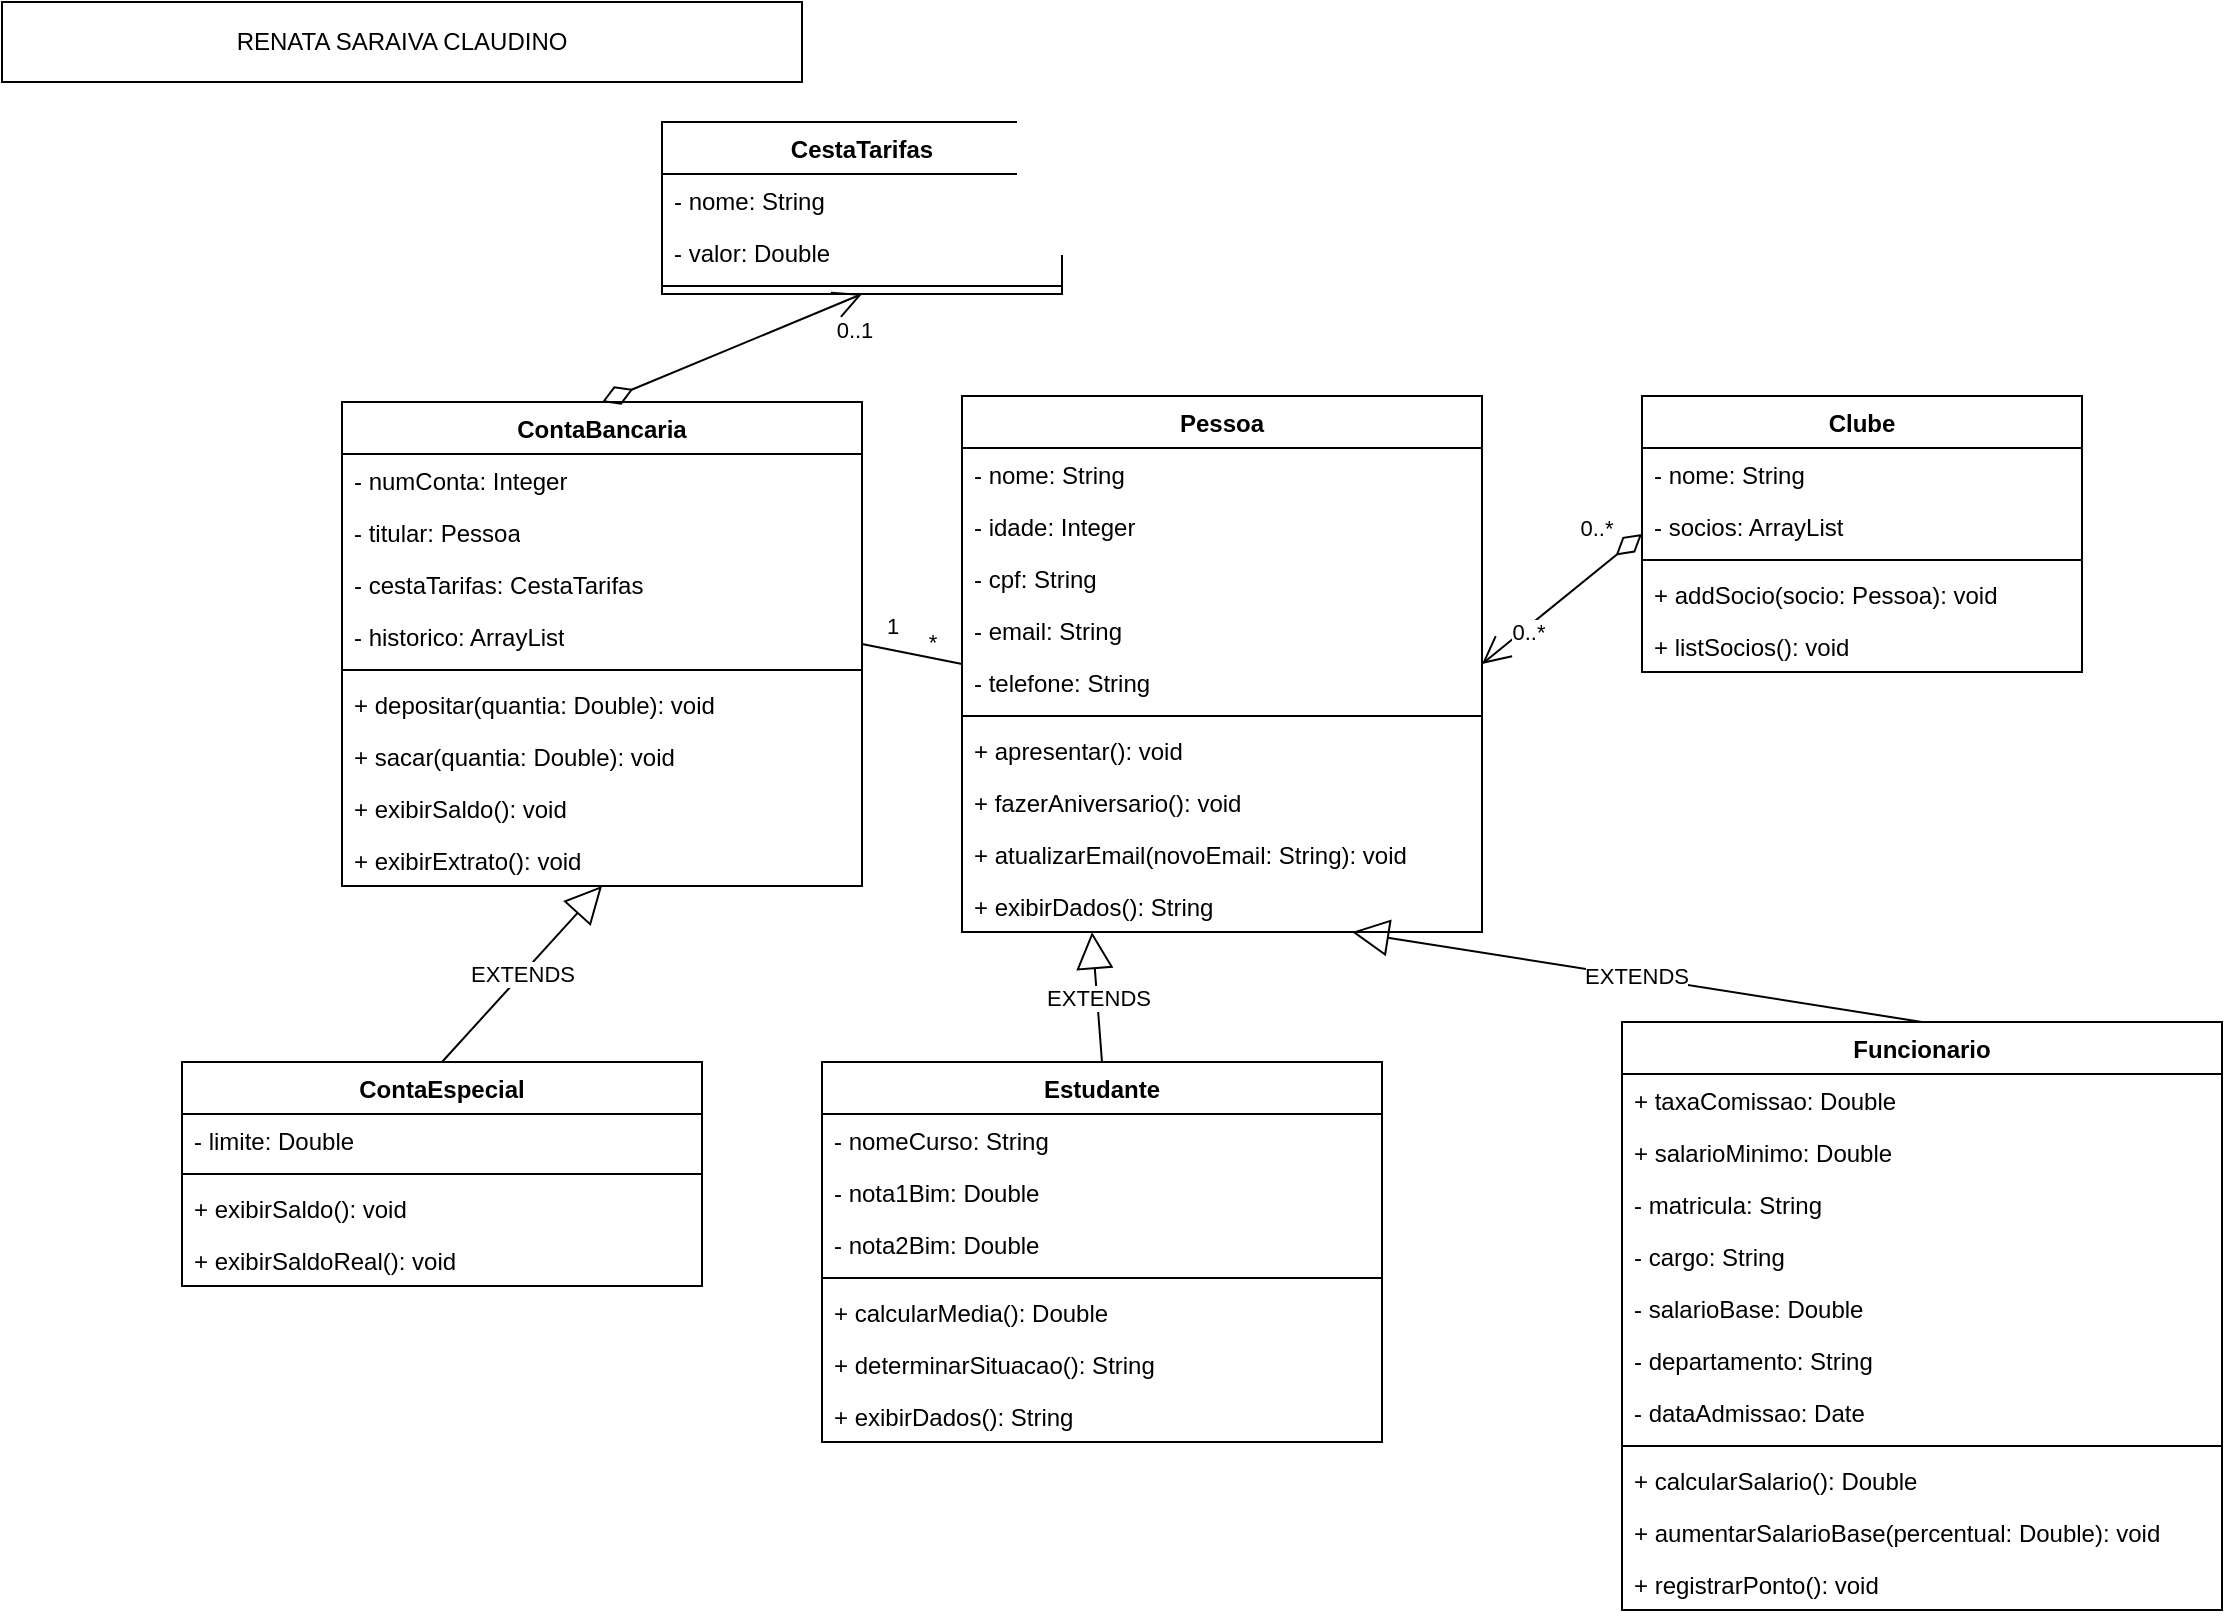
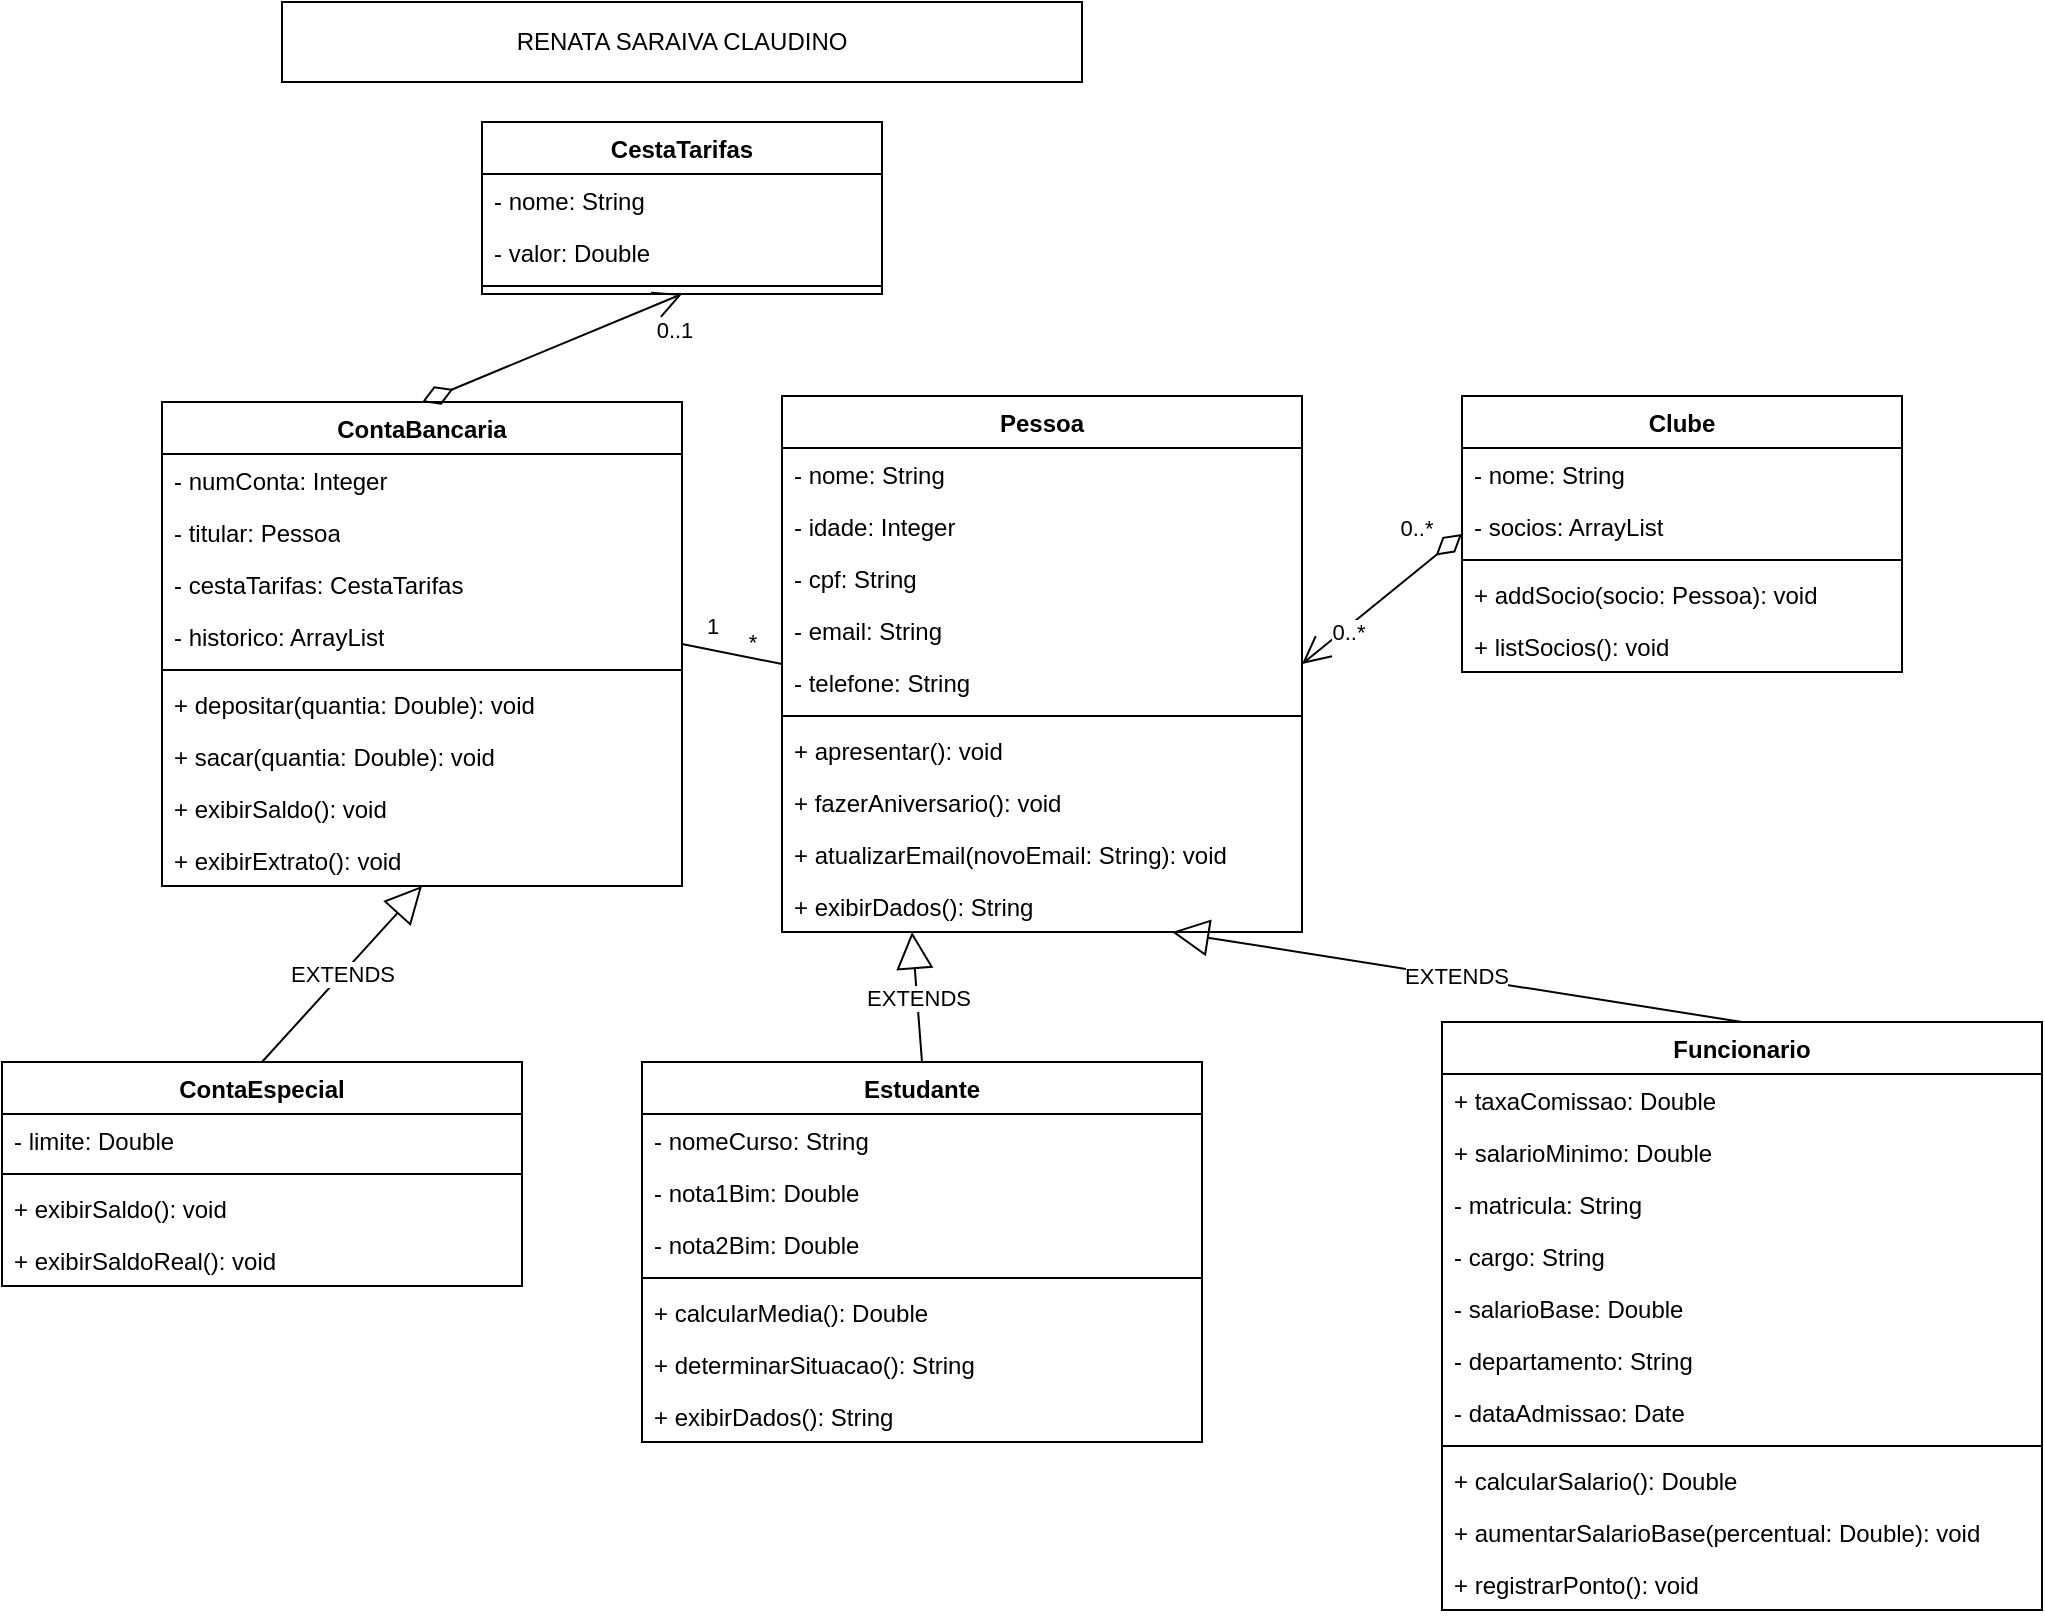
- <mxfile host="drawio-plugin" modified="2026-05-31T18:13:20.789Z" agent="Mozilla/5.0 (Windows NT 10.0; Win64; x64) AppleWebKit/537.36 (KHTML, like Gecko) Chrome/137.0.0.0 Safari/537.36" etag="A0S8lIMkLPc1Zf_JT2hZ" version="22.1.22" type="embed">
+ <mxfile host="drawio-plugin" modified="2026-05-31T18:43:09.794Z" agent="Mozilla/5.0 (Windows NT 10.0; Win64; x64) AppleWebKit/537.36 (KHTML, like Gecko) Chrome/137.0.0.0 Safari/537.36" etag="nELnJH0AcrbEroErfWwo" version="22.1.22" type="embed">
  <diagram id="23iRSUPoRavnBvh4doch" name="Page-1">
-     <mxGraphModel dx="845" dy="432" grid="1" gridSize="10" guides="1" tooltips="1" connect="1" arrows="1" fold="1" page="1" pageScale="1" pageWidth="827" pageHeight="1169" math="0" shadow="0">
+     <mxGraphModel dx="625" dy="251" grid="1" gridSize="10" guides="1" tooltips="1" connect="1" arrows="1" fold="1" page="1" pageScale="1" pageWidth="827" pageHeight="1169" math="0" shadow="0">
      <root>
        <mxCell id="0" />
        <mxCell id="1" parent="0" />
-         <mxCell id="20" value="CestaTarifas" style="swimlane;fontStyle=1;align=center;verticalAlign=top;childLayout=stackLayout;horizontal=1;startSize=26;horizontalStack=0;resizeParent=1;resizeParentMax=0;resizeLast=0;collapsible=1;marginBottom=0;whiteSpace=wrap;html=1;" vertex="1" parent="1">
+         <mxCell id="20" value="CestaTarifas" style="swimlane;fontStyle=1;align=center;verticalAlign=top;childLayout=stackLayout;horizontal=1;startSize=26;horizontalStack=0;resizeParent=1;resizeParentMax=0;resizeLast=0;collapsible=1;marginBottom=0;whiteSpace=wrap;html=1;" parent="1" vertex="1">
          <mxGeometry x="330" y="70" width="200" height="86" as="geometry" />
        </mxCell>
-         <mxCell id="21" value="- nome: String" style="text;strokeColor=none;fillColor=none;align=left;verticalAlign=top;spacingLeft=4;spacingRight=4;overflow=hidden;rotatable=0;points=[[0,0.5],[1,0.5]];portConstraint=eastwest;whiteSpace=wrap;html=1;" vertex="1" parent="20">
+         <mxCell id="21" value="- nome: String" style="text;strokeColor=none;fillColor=none;align=left;verticalAlign=top;spacingLeft=4;spacingRight=4;overflow=hidden;rotatable=0;points=[[0,0.5],[1,0.5]];portConstraint=eastwest;whiteSpace=wrap;html=1;" parent="20" vertex="1">
          <mxGeometry y="26" width="200" height="26" as="geometry" />
        </mxCell>
-         <mxCell id="22" value="- valor: Double" style="text;strokeColor=none;fillColor=none;align=left;verticalAlign=top;spacingLeft=4;spacingRight=4;overflow=hidden;rotatable=0;points=[[0,0.5],[1,0.5]];portConstraint=eastwest;whiteSpace=wrap;html=1;" vertex="1" parent="20">
+         <mxCell id="22" value="- valor: Double" style="text;strokeColor=none;fillColor=none;align=left;verticalAlign=top;spacingLeft=4;spacingRight=4;overflow=hidden;rotatable=0;points=[[0,0.5],[1,0.5]];portConstraint=eastwest;whiteSpace=wrap;html=1;" parent="20" vertex="1">
          <mxGeometry y="52" width="200" height="26" as="geometry" />
        </mxCell>
-         <mxCell id="23" value="" style="line;strokeWidth=1;fillColor=none;align=left;verticalAlign=middle;spacingTop=-1;spacingLeft=3;spacingRight=3;rotatable=0;labelPosition=right;points=[];portConstraint=eastwest;strokeColor=inherit;" vertex="1" parent="20">
+         <mxCell id="23" value="" style="line;strokeWidth=1;fillColor=none;align=left;verticalAlign=middle;spacingTop=-1;spacingLeft=3;spacingRight=3;rotatable=0;labelPosition=right;points=[];portConstraint=eastwest;strokeColor=inherit;" parent="20" vertex="1">
          <mxGeometry y="78" width="200" height="8" as="geometry" />
        </mxCell>
-         <mxCell id="24" value="ContaBancaria" style="swimlane;fontStyle=1;align=center;verticalAlign=top;childLayout=stackLayout;horizontal=1;startSize=26;horizontalStack=0;resizeParent=1;resizeParentMax=0;resizeLast=0;collapsible=1;marginBottom=0;whiteSpace=wrap;html=1;" vertex="1" parent="1">
+         <mxCell id="24" value="ContaBancaria" style="swimlane;fontStyle=1;align=center;verticalAlign=top;childLayout=stackLayout;horizontal=1;startSize=26;horizontalStack=0;resizeParent=1;resizeParentMax=0;resizeLast=0;collapsible=1;marginBottom=0;whiteSpace=wrap;html=1;" parent="1" vertex="1">
          <mxGeometry x="170" y="210" width="260" height="242" as="geometry" />
        </mxCell>
-         <mxCell id="25" value="- numConta: Integer" style="text;strokeColor=none;fillColor=none;align=left;verticalAlign=top;spacingLeft=4;spacingRight=4;overflow=hidden;rotatable=0;points=[[0,0.5],[1,0.5]];portConstraint=eastwest;whiteSpace=wrap;html=1;" vertex="1" parent="24">
+         <mxCell id="25" value="- numConta: Integer" style="text;strokeColor=none;fillColor=none;align=left;verticalAlign=top;spacingLeft=4;spacingRight=4;overflow=hidden;rotatable=0;points=[[0,0.5],[1,0.5]];portConstraint=eastwest;whiteSpace=wrap;html=1;" parent="24" vertex="1">
          <mxGeometry y="26" width="260" height="26" as="geometry" />
        </mxCell>
-         <mxCell id="26" value="- titular: Pessoa" style="text;strokeColor=none;fillColor=none;align=left;verticalAlign=top;spacingLeft=4;spacingRight=4;overflow=hidden;rotatable=0;points=[[0,0.5],[1,0.5]];portConstraint=eastwest;whiteSpace=wrap;html=1;" vertex="1" parent="24">
+         <mxCell id="26" value="- titular: Pessoa" style="text;strokeColor=none;fillColor=none;align=left;verticalAlign=top;spacingLeft=4;spacingRight=4;overflow=hidden;rotatable=0;points=[[0,0.5],[1,0.5]];portConstraint=eastwest;whiteSpace=wrap;html=1;" parent="24" vertex="1">
          <mxGeometry y="52" width="260" height="26" as="geometry" />
        </mxCell>
-         <mxCell id="27" value="- cestaTarifas: CestaTarifas" style="text;strokeColor=none;fillColor=none;align=left;verticalAlign=top;spacingLeft=4;spacingRight=4;overflow=hidden;rotatable=0;points=[[0,0.5],[1,0.5]];portConstraint=eastwest;whiteSpace=wrap;html=1;" vertex="1" parent="24">
+         <mxCell id="27" value="- cestaTarifas: CestaTarifas" style="text;strokeColor=none;fillColor=none;align=left;verticalAlign=top;spacingLeft=4;spacingRight=4;overflow=hidden;rotatable=0;points=[[0,0.5],[1,0.5]];portConstraint=eastwest;whiteSpace=wrap;html=1;" parent="24" vertex="1">
          <mxGeometry y="78" width="260" height="26" as="geometry" />
        </mxCell>
-         <mxCell id="28" value="- historico: ArrayList&lt;Movimentacao&gt;" style="text;strokeColor=none;fillColor=none;align=left;verticalAlign=top;spacingLeft=4;spacingRight=4;overflow=hidden;rotatable=0;points=[[0,0.5],[1,0.5]];portConstraint=eastwest;whiteSpace=wrap;html=1;" vertex="1" parent="24">
+         <mxCell id="28" value="- historico: ArrayList&lt;Movimentacao&gt;" style="text;strokeColor=none;fillColor=none;align=left;verticalAlign=top;spacingLeft=4;spacingRight=4;overflow=hidden;rotatable=0;points=[[0,0.5],[1,0.5]];portConstraint=eastwest;whiteSpace=wrap;html=1;" parent="24" vertex="1">
          <mxGeometry y="104" width="260" height="26" as="geometry" />
        </mxCell>
-         <mxCell id="29" value="" style="line;strokeWidth=1;fillColor=none;align=left;verticalAlign=middle;spacingTop=-1;spacingLeft=3;spacingRight=3;rotatable=0;labelPosition=right;points=[];portConstraint=eastwest;strokeColor=inherit;" vertex="1" parent="24">
+         <mxCell id="29" value="" style="line;strokeWidth=1;fillColor=none;align=left;verticalAlign=middle;spacingTop=-1;spacingLeft=3;spacingRight=3;rotatable=0;labelPosition=right;points=[];portConstraint=eastwest;strokeColor=inherit;" parent="24" vertex="1">
          <mxGeometry y="130" width="260" height="8" as="geometry" />
        </mxCell>
-         <mxCell id="30" value="+ depositar(quantia: Double): void" style="text;strokeColor=none;fillColor=none;align=left;verticalAlign=top;spacingLeft=4;spacingRight=4;overflow=hidden;rotatable=0;points=[[0,0.5],[1,0.5]];portConstraint=eastwest;whiteSpace=wrap;html=1;" vertex="1" parent="24">
+         <mxCell id="30" value="+ depositar(quantia: Double): void" style="text;strokeColor=none;fillColor=none;align=left;verticalAlign=top;spacingLeft=4;spacingRight=4;overflow=hidden;rotatable=0;points=[[0,0.5],[1,0.5]];portConstraint=eastwest;whiteSpace=wrap;html=1;" parent="24" vertex="1">
          <mxGeometry y="138" width="260" height="26" as="geometry" />
        </mxCell>
-         <mxCell id="31" value="+ sacar(quantia: Double): void" style="text;strokeColor=none;fillColor=none;align=left;verticalAlign=top;spacingLeft=4;spacingRight=4;overflow=hidden;rotatable=0;points=[[0,0.5],[1,0.5]];portConstraint=eastwest;whiteSpace=wrap;html=1;" vertex="1" parent="24">
+         <mxCell id="31" value="+ sacar(quantia: Double): void" style="text;strokeColor=none;fillColor=none;align=left;verticalAlign=top;spacingLeft=4;spacingRight=4;overflow=hidden;rotatable=0;points=[[0,0.5],[1,0.5]];portConstraint=eastwest;whiteSpace=wrap;html=1;" parent="24" vertex="1">
          <mxGeometry y="164" width="260" height="26" as="geometry" />
        </mxCell>
-         <mxCell id="32" value="+ exibirSaldo(): void" style="text;strokeColor=none;fillColor=none;align=left;verticalAlign=top;spacingLeft=4;spacingRight=4;overflow=hidden;rotatable=0;points=[[0,0.5],[1,0.5]];portConstraint=eastwest;whiteSpace=wrap;html=1;" vertex="1" parent="24">
+         <mxCell id="32" value="+ exibirSaldo(): void" style="text;strokeColor=none;fillColor=none;align=left;verticalAlign=top;spacingLeft=4;spacingRight=4;overflow=hidden;rotatable=0;points=[[0,0.5],[1,0.5]];portConstraint=eastwest;whiteSpace=wrap;html=1;" parent="24" vertex="1">
          <mxGeometry y="190" width="260" height="26" as="geometry" />
        </mxCell>
-         <mxCell id="33" value="+ exibirExtrato(): void" style="text;strokeColor=none;fillColor=none;align=left;verticalAlign=top;spacingLeft=4;spacingRight=4;overflow=hidden;rotatable=0;points=[[0,0.5],[1,0.5]];portConstraint=eastwest;whiteSpace=wrap;html=1;" vertex="1" parent="24">
+         <mxCell id="33" value="+ exibirExtrato(): void" style="text;strokeColor=none;fillColor=none;align=left;verticalAlign=top;spacingLeft=4;spacingRight=4;overflow=hidden;rotatable=0;points=[[0,0.5],[1,0.5]];portConstraint=eastwest;whiteSpace=wrap;html=1;" parent="24" vertex="1">
          <mxGeometry y="216" width="260" height="26" as="geometry" />
        </mxCell>
-         <mxCell id="34" value="ContaEspecial" style="swimlane;fontStyle=1;align=center;verticalAlign=top;childLayout=stackLayout;horizontal=1;startSize=26;horizontalStack=0;resizeParent=1;resizeParentMax=0;resizeLast=0;collapsible=1;marginBottom=0;whiteSpace=wrap;html=1;" vertex="1" parent="1">
+         <mxCell id="34" value="ContaEspecial" style="swimlane;fontStyle=1;align=center;verticalAlign=top;childLayout=stackLayout;horizontal=1;startSize=26;horizontalStack=0;resizeParent=1;resizeParentMax=0;resizeLast=0;collapsible=1;marginBottom=0;whiteSpace=wrap;html=1;" parent="1" vertex="1">
          <mxGeometry x="90" y="540" width="260" height="112" as="geometry" />
        </mxCell>
-         <mxCell id="35" value="- limite: Double" style="text;strokeColor=none;fillColor=none;align=left;verticalAlign=top;spacingLeft=4;spacingRight=4;overflow=hidden;rotatable=0;points=[[0,0.5],[1,0.5]];portConstraint=eastwest;whiteSpace=wrap;html=1;" vertex="1" parent="34">
+         <mxCell id="35" value="- limite: Double" style="text;strokeColor=none;fillColor=none;align=left;verticalAlign=top;spacingLeft=4;spacingRight=4;overflow=hidden;rotatable=0;points=[[0,0.5],[1,0.5]];portConstraint=eastwest;whiteSpace=wrap;html=1;" parent="34" vertex="1">
          <mxGeometry y="26" width="260" height="26" as="geometry" />
        </mxCell>
-         <mxCell id="36" value="" style="line;strokeWidth=1;fillColor=none;align=left;verticalAlign=middle;spacingTop=-1;spacingLeft=3;spacingRight=3;rotatable=0;labelPosition=right;points=[];portConstraint=eastwest;strokeColor=inherit;" vertex="1" parent="34">
+         <mxCell id="36" value="" style="line;strokeWidth=1;fillColor=none;align=left;verticalAlign=middle;spacingTop=-1;spacingLeft=3;spacingRight=3;rotatable=0;labelPosition=right;points=[];portConstraint=eastwest;strokeColor=inherit;" parent="34" vertex="1">
          <mxGeometry y="52" width="260" height="8" as="geometry" />
        </mxCell>
-         <mxCell id="37" value="+ exibirSaldo(): void" style="text;strokeColor=none;fillColor=none;align=left;verticalAlign=top;spacingLeft=4;spacingRight=4;overflow=hidden;rotatable=0;points=[[0,0.5],[1,0.5]];portConstraint=eastwest;whiteSpace=wrap;html=1;" vertex="1" parent="34">
+         <mxCell id="37" value="+ exibirSaldo(): void" style="text;strokeColor=none;fillColor=none;align=left;verticalAlign=top;spacingLeft=4;spacingRight=4;overflow=hidden;rotatable=0;points=[[0,0.5],[1,0.5]];portConstraint=eastwest;whiteSpace=wrap;html=1;" parent="34" vertex="1">
          <mxGeometry y="60" width="260" height="26" as="geometry" />
        </mxCell>
-         <mxCell id="38" value="+ exibirSaldoReal(): void" style="text;strokeColor=none;fillColor=none;align=left;verticalAlign=top;spacingLeft=4;spacingRight=4;overflow=hidden;rotatable=0;points=[[0,0.5],[1,0.5]];portConstraint=eastwest;whiteSpace=wrap;html=1;" vertex="1" parent="34">
+         <mxCell id="38" value="+ exibirSaldoReal(): void" style="text;strokeColor=none;fillColor=none;align=left;verticalAlign=top;spacingLeft=4;spacingRight=4;overflow=hidden;rotatable=0;points=[[0,0.5],[1,0.5]];portConstraint=eastwest;whiteSpace=wrap;html=1;" parent="34" vertex="1">
          <mxGeometry y="86" width="260" height="26" as="geometry" />
        </mxCell>
-         <mxCell id="39" value="Pessoa" style="swimlane;fontStyle=1;align=center;verticalAlign=top;childLayout=stackLayout;horizontal=1;startSize=26;horizontalStack=0;resizeParent=1;resizeParentMax=0;resizeLast=0;collapsible=1;marginBottom=0;whiteSpace=wrap;html=1;" vertex="1" parent="1">
+         <mxCell id="39" value="Pessoa" style="swimlane;fontStyle=1;align=center;verticalAlign=top;childLayout=stackLayout;horizontal=1;startSize=26;horizontalStack=0;resizeParent=1;resizeParentMax=0;resizeLast=0;collapsible=1;marginBottom=0;whiteSpace=wrap;html=1;" parent="1" vertex="1">
          <mxGeometry x="480" y="207" width="260" height="268" as="geometry" />
        </mxCell>
-         <mxCell id="40" value="- nome: String" style="text;strokeColor=none;fillColor=none;align=left;verticalAlign=top;spacingLeft=4;spacingRight=4;overflow=hidden;rotatable=0;points=[[0,0.5],[1,0.5]];portConstraint=eastwest;whiteSpace=wrap;html=1;" vertex="1" parent="39">
+         <mxCell id="40" value="- nome: String" style="text;strokeColor=none;fillColor=none;align=left;verticalAlign=top;spacingLeft=4;spacingRight=4;overflow=hidden;rotatable=0;points=[[0,0.5],[1,0.5]];portConstraint=eastwest;whiteSpace=wrap;html=1;" parent="39" vertex="1">
          <mxGeometry y="26" width="260" height="26" as="geometry" />
        </mxCell>
-         <mxCell id="41" value="- idade: Integer" style="text;strokeColor=none;fillColor=none;align=left;verticalAlign=top;spacingLeft=4;spacingRight=4;overflow=hidden;rotatable=0;points=[[0,0.5],[1,0.5]];portConstraint=eastwest;whiteSpace=wrap;html=1;" vertex="1" parent="39">
+         <mxCell id="41" value="- idade: Integer" style="text;strokeColor=none;fillColor=none;align=left;verticalAlign=top;spacingLeft=4;spacingRight=4;overflow=hidden;rotatable=0;points=[[0,0.5],[1,0.5]];portConstraint=eastwest;whiteSpace=wrap;html=1;" parent="39" vertex="1">
          <mxGeometry y="52" width="260" height="26" as="geometry" />
        </mxCell>
-         <mxCell id="42" value="- cpf: String" style="text;strokeColor=none;fillColor=none;align=left;verticalAlign=top;spacingLeft=4;spacingRight=4;overflow=hidden;rotatable=0;points=[[0,0.5],[1,0.5]];portConstraint=eastwest;whiteSpace=wrap;html=1;" vertex="1" parent="39">
+         <mxCell id="42" value="- cpf: String" style="text;strokeColor=none;fillColor=none;align=left;verticalAlign=top;spacingLeft=4;spacingRight=4;overflow=hidden;rotatable=0;points=[[0,0.5],[1,0.5]];portConstraint=eastwest;whiteSpace=wrap;html=1;" parent="39" vertex="1">
          <mxGeometry y="78" width="260" height="26" as="geometry" />
        </mxCell>
-         <mxCell id="43" value="- email: String" style="text;strokeColor=none;fillColor=none;align=left;verticalAlign=top;spacingLeft=4;spacingRight=4;overflow=hidden;rotatable=0;points=[[0,0.5],[1,0.5]];portConstraint=eastwest;whiteSpace=wrap;html=1;" vertex="1" parent="39">
+         <mxCell id="43" value="- email: String" style="text;strokeColor=none;fillColor=none;align=left;verticalAlign=top;spacingLeft=4;spacingRight=4;overflow=hidden;rotatable=0;points=[[0,0.5],[1,0.5]];portConstraint=eastwest;whiteSpace=wrap;html=1;" parent="39" vertex="1">
          <mxGeometry y="104" width="260" height="26" as="geometry" />
        </mxCell>
-         <mxCell id="44" value="- telefone: String" style="text;strokeColor=none;fillColor=none;align=left;verticalAlign=top;spacingLeft=4;spacingRight=4;overflow=hidden;rotatable=0;points=[[0,0.5],[1,0.5]];portConstraint=eastwest;whiteSpace=wrap;html=1;" vertex="1" parent="39">
+         <mxCell id="44" value="- telefone: String" style="text;strokeColor=none;fillColor=none;align=left;verticalAlign=top;spacingLeft=4;spacingRight=4;overflow=hidden;rotatable=0;points=[[0,0.5],[1,0.5]];portConstraint=eastwest;whiteSpace=wrap;html=1;" parent="39" vertex="1">
          <mxGeometry y="130" width="260" height="26" as="geometry" />
        </mxCell>
-         <mxCell id="45" value="" style="line;strokeWidth=1;fillColor=none;align=left;verticalAlign=middle;spacingTop=-1;spacingLeft=3;spacingRight=3;rotatable=0;labelPosition=right;points=[];portConstraint=eastwest;strokeColor=inherit;" vertex="1" parent="39">
+         <mxCell id="45" value="" style="line;strokeWidth=1;fillColor=none;align=left;verticalAlign=middle;spacingTop=-1;spacingLeft=3;spacingRight=3;rotatable=0;labelPosition=right;points=[];portConstraint=eastwest;strokeColor=inherit;" parent="39" vertex="1">
          <mxGeometry y="156" width="260" height="8" as="geometry" />
        </mxCell>
-         <mxCell id="46" value="+ apresentar(): void" style="text;strokeColor=none;fillColor=none;align=left;verticalAlign=top;spacingLeft=4;spacingRight=4;overflow=hidden;rotatable=0;points=[[0,0.5],[1,0.5]];portConstraint=eastwest;whiteSpace=wrap;html=1;" vertex="1" parent="39">
+         <mxCell id="46" value="+ apresentar(): void" style="text;strokeColor=none;fillColor=none;align=left;verticalAlign=top;spacingLeft=4;spacingRight=4;overflow=hidden;rotatable=0;points=[[0,0.5],[1,0.5]];portConstraint=eastwest;whiteSpace=wrap;html=1;" parent="39" vertex="1">
          <mxGeometry y="164" width="260" height="26" as="geometry" />
        </mxCell>
-         <mxCell id="47" value="+ fazerAniversario(): void" style="text;strokeColor=none;fillColor=none;align=left;verticalAlign=top;spacingLeft=4;spacingRight=4;overflow=hidden;rotatable=0;points=[[0,0.5],[1,0.5]];portConstraint=eastwest;whiteSpace=wrap;html=1;" vertex="1" parent="39">
+         <mxCell id="47" value="+ fazerAniversario(): void" style="text;strokeColor=none;fillColor=none;align=left;verticalAlign=top;spacingLeft=4;spacingRight=4;overflow=hidden;rotatable=0;points=[[0,0.5],[1,0.5]];portConstraint=eastwest;whiteSpace=wrap;html=1;" parent="39" vertex="1">
          <mxGeometry y="190" width="260" height="26" as="geometry" />
        </mxCell>
-         <mxCell id="48" value="+ atualizarEmail(novoEmail: String): void" style="text;strokeColor=none;fillColor=none;align=left;verticalAlign=top;spacingLeft=4;spacingRight=4;overflow=hidden;rotatable=0;points=[[0,0.5],[1,0.5]];portConstraint=eastwest;whiteSpace=wrap;html=1;" vertex="1" parent="39">
+         <mxCell id="48" value="+ atualizarEmail(novoEmail: String): void" style="text;strokeColor=none;fillColor=none;align=left;verticalAlign=top;spacingLeft=4;spacingRight=4;overflow=hidden;rotatable=0;points=[[0,0.5],[1,0.5]];portConstraint=eastwest;whiteSpace=wrap;html=1;" parent="39" vertex="1">
          <mxGeometry y="216" width="260" height="26" as="geometry" />
        </mxCell>
-         <mxCell id="49" value="+ exibirDados(): String" style="text;strokeColor=none;fillColor=none;align=left;verticalAlign=top;spacingLeft=4;spacingRight=4;overflow=hidden;rotatable=0;points=[[0,0.5],[1,0.5]];portConstraint=eastwest;whiteSpace=wrap;html=1;" vertex="1" parent="39">
+         <mxCell id="49" value="+ exibirDados(): String" style="text;strokeColor=none;fillColor=none;align=left;verticalAlign=top;spacingLeft=4;spacingRight=4;overflow=hidden;rotatable=0;points=[[0,0.5],[1,0.5]];portConstraint=eastwest;whiteSpace=wrap;html=1;" parent="39" vertex="1">
          <mxGeometry y="242" width="260" height="26" as="geometry" />
        </mxCell>
-         <mxCell id="50" value="Funcionario" style="swimlane;fontStyle=1;align=center;verticalAlign=top;childLayout=stackLayout;horizontal=1;startSize=26;horizontalStack=0;resizeParent=1;resizeParentMax=0;resizeLast=0;collapsible=1;marginBottom=0;whiteSpace=wrap;html=1;" vertex="1" parent="1">
+         <mxCell id="50" value="Funcionario" style="swimlane;fontStyle=1;align=center;verticalAlign=top;childLayout=stackLayout;horizontal=1;startSize=26;horizontalStack=0;resizeParent=1;resizeParentMax=0;resizeLast=0;collapsible=1;marginBottom=0;whiteSpace=wrap;html=1;" parent="1" vertex="1">
          <mxGeometry x="810" y="520" width="300" height="294" as="geometry" />
        </mxCell>
-         <mxCell id="51" value="+ taxaComissao: Double" style="text;strokeColor=none;fillColor=none;align=left;verticalAlign=top;spacingLeft=4;spacingRight=4;overflow=hidden;rotatable=0;points=[[0,0.5],[1,0.5]];portConstraint=eastwest;whiteSpace=wrap;html=1;" vertex="1" parent="50">
+         <mxCell id="51" value="+ taxaComissao: Double" style="text;strokeColor=none;fillColor=none;align=left;verticalAlign=top;spacingLeft=4;spacingRight=4;overflow=hidden;rotatable=0;points=[[0,0.5],[1,0.5]];portConstraint=eastwest;whiteSpace=wrap;html=1;" parent="50" vertex="1">
          <mxGeometry y="26" width="300" height="26" as="geometry" />
        </mxCell>
-         <mxCell id="52" value="+ salarioMinimo: Double" style="text;strokeColor=none;fillColor=none;align=left;verticalAlign=top;spacingLeft=4;spacingRight=4;overflow=hidden;rotatable=0;points=[[0,0.5],[1,0.5]];portConstraint=eastwest;whiteSpace=wrap;html=1;" vertex="1" parent="50">
+         <mxCell id="52" value="+ salarioMinimo: Double" style="text;strokeColor=none;fillColor=none;align=left;verticalAlign=top;spacingLeft=4;spacingRight=4;overflow=hidden;rotatable=0;points=[[0,0.5],[1,0.5]];portConstraint=eastwest;whiteSpace=wrap;html=1;" parent="50" vertex="1">
          <mxGeometry y="52" width="300" height="26" as="geometry" />
        </mxCell>
-         <mxCell id="53" value="- matricula: String" style="text;strokeColor=none;fillColor=none;align=left;verticalAlign=top;spacingLeft=4;spacingRight=4;overflow=hidden;rotatable=0;points=[[0,0.5],[1,0.5]];portConstraint=eastwest;whiteSpace=wrap;html=1;" vertex="1" parent="50">
+         <mxCell id="53" value="- matricula: String" style="text;strokeColor=none;fillColor=none;align=left;verticalAlign=top;spacingLeft=4;spacingRight=4;overflow=hidden;rotatable=0;points=[[0,0.5],[1,0.5]];portConstraint=eastwest;whiteSpace=wrap;html=1;" parent="50" vertex="1">
          <mxGeometry y="78" width="300" height="26" as="geometry" />
        </mxCell>
-         <mxCell id="54" value="- cargo: String" style="text;strokeColor=none;fillColor=none;align=left;verticalAlign=top;spacingLeft=4;spacingRight=4;overflow=hidden;rotatable=0;points=[[0,0.5],[1,0.5]];portConstraint=eastwest;whiteSpace=wrap;html=1;" vertex="1" parent="50">
+         <mxCell id="54" value="- cargo: String" style="text;strokeColor=none;fillColor=none;align=left;verticalAlign=top;spacingLeft=4;spacingRight=4;overflow=hidden;rotatable=0;points=[[0,0.5],[1,0.5]];portConstraint=eastwest;whiteSpace=wrap;html=1;" parent="50" vertex="1">
          <mxGeometry y="104" width="300" height="26" as="geometry" />
        </mxCell>
-         <mxCell id="55" value="- salarioBase: Double" style="text;strokeColor=none;fillColor=none;align=left;verticalAlign=top;spacingLeft=4;spacingRight=4;overflow=hidden;rotatable=0;points=[[0,0.5],[1,0.5]];portConstraint=eastwest;whiteSpace=wrap;html=1;" vertex="1" parent="50">
+         <mxCell id="55" value="- salarioBase: Double" style="text;strokeColor=none;fillColor=none;align=left;verticalAlign=top;spacingLeft=4;spacingRight=4;overflow=hidden;rotatable=0;points=[[0,0.5],[1,0.5]];portConstraint=eastwest;whiteSpace=wrap;html=1;" parent="50" vertex="1">
          <mxGeometry y="130" width="300" height="26" as="geometry" />
        </mxCell>
-         <mxCell id="56" value="- departamento: String" style="text;strokeColor=none;fillColor=none;align=left;verticalAlign=top;spacingLeft=4;spacingRight=4;overflow=hidden;rotatable=0;points=[[0,0.5],[1,0.5]];portConstraint=eastwest;whiteSpace=wrap;html=1;" vertex="1" parent="50">
+         <mxCell id="56" value="- departamento: String" style="text;strokeColor=none;fillColor=none;align=left;verticalAlign=top;spacingLeft=4;spacingRight=4;overflow=hidden;rotatable=0;points=[[0,0.5],[1,0.5]];portConstraint=eastwest;whiteSpace=wrap;html=1;" parent="50" vertex="1">
          <mxGeometry y="156" width="300" height="26" as="geometry" />
        </mxCell>
-         <mxCell id="57" value="- dataAdmissao: Date" style="text;strokeColor=none;fillColor=none;align=left;verticalAlign=top;spacingLeft=4;spacingRight=4;overflow=hidden;rotatable=0;points=[[0,0.5],[1,0.5]];portConstraint=eastwest;whiteSpace=wrap;html=1;" vertex="1" parent="50">
+         <mxCell id="57" value="- dataAdmissao: Date" style="text;strokeColor=none;fillColor=none;align=left;verticalAlign=top;spacingLeft=4;spacingRight=4;overflow=hidden;rotatable=0;points=[[0,0.5],[1,0.5]];portConstraint=eastwest;whiteSpace=wrap;html=1;" parent="50" vertex="1">
          <mxGeometry y="182" width="300" height="26" as="geometry" />
        </mxCell>
-         <mxCell id="58" value="" style="line;strokeWidth=1;fillColor=none;align=left;verticalAlign=middle;spacingTop=-1;spacingLeft=3;spacingRight=3;rotatable=0;labelPosition=right;points=[];portConstraint=eastwest;strokeColor=inherit;" vertex="1" parent="50">
+         <mxCell id="58" value="" style="line;strokeWidth=1;fillColor=none;align=left;verticalAlign=middle;spacingTop=-1;spacingLeft=3;spacingRight=3;rotatable=0;labelPosition=right;points=[];portConstraint=eastwest;strokeColor=inherit;" parent="50" vertex="1">
          <mxGeometry y="208" width="300" height="8" as="geometry" />
        </mxCell>
-         <mxCell id="59" value="+ calcularSalario(): Double" style="text;strokeColor=none;fillColor=none;align=left;verticalAlign=top;spacingLeft=4;spacingRight=4;overflow=hidden;rotatable=0;points=[[0,0.5],[1,0.5]];portConstraint=eastwest;whiteSpace=wrap;html=1;" vertex="1" parent="50">
+         <mxCell id="59" value="+ calcularSalario(): Double" style="text;strokeColor=none;fillColor=none;align=left;verticalAlign=top;spacingLeft=4;spacingRight=4;overflow=hidden;rotatable=0;points=[[0,0.5],[1,0.5]];portConstraint=eastwest;whiteSpace=wrap;html=1;" parent="50" vertex="1">
          <mxGeometry y="216" width="300" height="26" as="geometry" />
        </mxCell>
-         <mxCell id="60" value="+ aumentarSalarioBase(percentual: Double): void" style="text;strokeColor=none;fillColor=none;align=left;verticalAlign=top;spacingLeft=4;spacingRight=4;overflow=hidden;rotatable=0;points=[[0,0.5],[1,0.5]];portConstraint=eastwest;whiteSpace=wrap;html=1;" vertex="1" parent="50">
+         <mxCell id="60" value="+ aumentarSalarioBase(percentual: Double): void" style="text;strokeColor=none;fillColor=none;align=left;verticalAlign=top;spacingLeft=4;spacingRight=4;overflow=hidden;rotatable=0;points=[[0,0.5],[1,0.5]];portConstraint=eastwest;whiteSpace=wrap;html=1;" parent="50" vertex="1">
          <mxGeometry y="242" width="300" height="26" as="geometry" />
        </mxCell>
-         <mxCell id="61" value="+ registrarPonto(): void" style="text;strokeColor=none;fillColor=none;align=left;verticalAlign=top;spacingLeft=4;spacingRight=4;overflow=hidden;rotatable=0;points=[[0,0.5],[1,0.5]];portConstraint=eastwest;whiteSpace=wrap;html=1;" vertex="1" parent="50">
+         <mxCell id="61" value="+ registrarPonto(): void" style="text;strokeColor=none;fillColor=none;align=left;verticalAlign=top;spacingLeft=4;spacingRight=4;overflow=hidden;rotatable=0;points=[[0,0.5],[1,0.5]];portConstraint=eastwest;whiteSpace=wrap;html=1;" parent="50" vertex="1">
          <mxGeometry y="268" width="300" height="26" as="geometry" />
        </mxCell>
-         <mxCell id="62" value="Estudante" style="swimlane;fontStyle=1;align=center;verticalAlign=top;childLayout=stackLayout;horizontal=1;startSize=26;horizontalStack=0;resizeParent=1;resizeParentMax=0;resizeLast=0;collapsible=1;marginBottom=0;whiteSpace=wrap;html=1;" vertex="1" parent="1">
+         <mxCell id="62" value="Estudante" style="swimlane;fontStyle=1;align=center;verticalAlign=top;childLayout=stackLayout;horizontal=1;startSize=26;horizontalStack=0;resizeParent=1;resizeParentMax=0;resizeLast=0;collapsible=1;marginBottom=0;whiteSpace=wrap;html=1;" parent="1" vertex="1">
          <mxGeometry x="410" y="540" width="280" height="190" as="geometry" />
        </mxCell>
-         <mxCell id="63" value="- nomeCurso: String" style="text;strokeColor=none;fillColor=none;align=left;verticalAlign=top;spacingLeft=4;spacingRight=4;overflow=hidden;rotatable=0;points=[[0,0.5],[1,0.5]];portConstraint=eastwest;whiteSpace=wrap;html=1;" vertex="1" parent="62">
+         <mxCell id="63" value="- nomeCurso: String" style="text;strokeColor=none;fillColor=none;align=left;verticalAlign=top;spacingLeft=4;spacingRight=4;overflow=hidden;rotatable=0;points=[[0,0.5],[1,0.5]];portConstraint=eastwest;whiteSpace=wrap;html=1;" parent="62" vertex="1">
          <mxGeometry y="26" width="280" height="26" as="geometry" />
        </mxCell>
-         <mxCell id="64" value="- nota1Bim: Double" style="text;strokeColor=none;fillColor=none;align=left;verticalAlign=top;spacingLeft=4;spacingRight=4;overflow=hidden;rotatable=0;points=[[0,0.5],[1,0.5]];portConstraint=eastwest;whiteSpace=wrap;html=1;" vertex="1" parent="62">
+         <mxCell id="64" value="- nota1Bim: Double" style="text;strokeColor=none;fillColor=none;align=left;verticalAlign=top;spacingLeft=4;spacingRight=4;overflow=hidden;rotatable=0;points=[[0,0.5],[1,0.5]];portConstraint=eastwest;whiteSpace=wrap;html=1;" parent="62" vertex="1">
          <mxGeometry y="52" width="280" height="26" as="geometry" />
        </mxCell>
-         <mxCell id="65" value="- nota2Bim: Double" style="text;strokeColor=none;fillColor=none;align=left;verticalAlign=top;spacingLeft=4;spacingRight=4;overflow=hidden;rotatable=0;points=[[0,0.5],[1,0.5]];portConstraint=eastwest;whiteSpace=wrap;html=1;" vertex="1" parent="62">
+         <mxCell id="65" value="- nota2Bim: Double" style="text;strokeColor=none;fillColor=none;align=left;verticalAlign=top;spacingLeft=4;spacingRight=4;overflow=hidden;rotatable=0;points=[[0,0.5],[1,0.5]];portConstraint=eastwest;whiteSpace=wrap;html=1;" parent="62" vertex="1">
          <mxGeometry y="78" width="280" height="26" as="geometry" />
        </mxCell>
-         <mxCell id="66" value="" style="line;strokeWidth=1;fillColor=none;align=left;verticalAlign=middle;spacingTop=-1;spacingLeft=3;spacingRight=3;rotatable=0;labelPosition=right;points=[];portConstraint=eastwest;strokeColor=inherit;" vertex="1" parent="62">
+         <mxCell id="66" value="" style="line;strokeWidth=1;fillColor=none;align=left;verticalAlign=middle;spacingTop=-1;spacingLeft=3;spacingRight=3;rotatable=0;labelPosition=right;points=[];portConstraint=eastwest;strokeColor=inherit;" parent="62" vertex="1">
          <mxGeometry y="104" width="280" height="8" as="geometry" />
        </mxCell>
-         <mxCell id="67" value="+ calcularMedia(): Double" style="text;strokeColor=none;fillColor=none;align=left;verticalAlign=top;spacingLeft=4;spacingRight=4;overflow=hidden;rotatable=0;points=[[0,0.5],[1,0.5]];portConstraint=eastwest;whiteSpace=wrap;html=1;" vertex="1" parent="62">
+         <mxCell id="67" value="+ calcularMedia(): Double" style="text;strokeColor=none;fillColor=none;align=left;verticalAlign=top;spacingLeft=4;spacingRight=4;overflow=hidden;rotatable=0;points=[[0,0.5],[1,0.5]];portConstraint=eastwest;whiteSpace=wrap;html=1;" parent="62" vertex="1">
          <mxGeometry y="112" width="280" height="26" as="geometry" />
        </mxCell>
-         <mxCell id="68" value="+ determinarSituacao(): String" style="text;strokeColor=none;fillColor=none;align=left;verticalAlign=top;spacingLeft=4;spacingRight=4;overflow=hidden;rotatable=0;points=[[0,0.5],[1,0.5]];portConstraint=eastwest;whiteSpace=wrap;html=1;" vertex="1" parent="62">
+         <mxCell id="68" value="+ determinarSituacao(): String" style="text;strokeColor=none;fillColor=none;align=left;verticalAlign=top;spacingLeft=4;spacingRight=4;overflow=hidden;rotatable=0;points=[[0,0.5],[1,0.5]];portConstraint=eastwest;whiteSpace=wrap;html=1;" parent="62" vertex="1">
          <mxGeometry y="138" width="280" height="26" as="geometry" />
        </mxCell>
-         <mxCell id="69" value="+ exibirDados(): String" style="text;strokeColor=none;fillColor=none;align=left;verticalAlign=top;spacingLeft=4;spacingRight=4;overflow=hidden;rotatable=0;points=[[0,0.5],[1,0.5]];portConstraint=eastwest;whiteSpace=wrap;html=1;" vertex="1" parent="62">
+         <mxCell id="69" value="+ exibirDados(): String" style="text;strokeColor=none;fillColor=none;align=left;verticalAlign=top;spacingLeft=4;spacingRight=4;overflow=hidden;rotatable=0;points=[[0,0.5],[1,0.5]];portConstraint=eastwest;whiteSpace=wrap;html=1;" parent="62" vertex="1">
          <mxGeometry y="164" width="280" height="26" as="geometry" />
        </mxCell>
-         <mxCell id="70" value="Clube" style="swimlane;fontStyle=1;align=center;verticalAlign=top;childLayout=stackLayout;horizontal=1;startSize=26;horizontalStack=0;resizeParent=1;resizeParentMax=0;resizeLast=0;collapsible=1;marginBottom=0;whiteSpace=wrap;html=1;" vertex="1" parent="1">
+         <mxCell id="70" value="Clube" style="swimlane;fontStyle=1;align=center;verticalAlign=top;childLayout=stackLayout;horizontal=1;startSize=26;horizontalStack=0;resizeParent=1;resizeParentMax=0;resizeLast=0;collapsible=1;marginBottom=0;whiteSpace=wrap;html=1;" parent="1" vertex="1">
          <mxGeometry x="820" y="207" width="220" height="138" as="geometry" />
        </mxCell>
-         <mxCell id="71" value="- nome: String" style="text;strokeColor=none;fillColor=none;align=left;verticalAlign=top;spacingLeft=4;spacingRight=4;overflow=hidden;rotatable=0;points=[[0,0.5],[1,0.5]];portConstraint=eastwest;whiteSpace=wrap;html=1;" vertex="1" parent="70">
+         <mxCell id="71" value="- nome: String" style="text;strokeColor=none;fillColor=none;align=left;verticalAlign=top;spacingLeft=4;spacingRight=4;overflow=hidden;rotatable=0;points=[[0,0.5],[1,0.5]];portConstraint=eastwest;whiteSpace=wrap;html=1;" parent="70" vertex="1">
          <mxGeometry y="26" width="220" height="26" as="geometry" />
        </mxCell>
-         <mxCell id="72" value="- socios: ArrayList&lt;Pessoa&gt;" style="text;strokeColor=none;fillColor=none;align=left;verticalAlign=top;spacingLeft=4;spacingRight=4;overflow=hidden;rotatable=0;points=[[0,0.5],[1,0.5]];portConstraint=eastwest;whiteSpace=wrap;html=1;" vertex="1" parent="70">
+         <mxCell id="72" value="- socios: ArrayList&lt;Pessoa&gt;" style="text;strokeColor=none;fillColor=none;align=left;verticalAlign=top;spacingLeft=4;spacingRight=4;overflow=hidden;rotatable=0;points=[[0,0.5],[1,0.5]];portConstraint=eastwest;whiteSpace=wrap;html=1;" parent="70" vertex="1">
          <mxGeometry y="52" width="220" height="26" as="geometry" />
        </mxCell>
-         <mxCell id="73" value="" style="line;strokeWidth=1;fillColor=none;align=left;verticalAlign=middle;spacingTop=-1;spacingLeft=3;spacingRight=3;rotatable=0;labelPosition=right;points=[];portConstraint=eastwest;strokeColor=inherit;" vertex="1" parent="70">
+         <mxCell id="73" value="" style="line;strokeWidth=1;fillColor=none;align=left;verticalAlign=middle;spacingTop=-1;spacingLeft=3;spacingRight=3;rotatable=0;labelPosition=right;points=[];portConstraint=eastwest;strokeColor=inherit;" parent="70" vertex="1">
          <mxGeometry y="78" width="220" height="8" as="geometry" />
        </mxCell>
-         <mxCell id="74" value="+ addSocio(socio: Pessoa): void" style="text;strokeColor=none;fillColor=none;align=left;verticalAlign=top;spacingLeft=4;spacingRight=4;overflow=hidden;rotatable=0;points=[[0,0.5],[1,0.5]];portConstraint=eastwest;whiteSpace=wrap;html=1;" vertex="1" parent="70">
+         <mxCell id="74" value="+ addSocio(socio: Pessoa): void" style="text;strokeColor=none;fillColor=none;align=left;verticalAlign=top;spacingLeft=4;spacingRight=4;overflow=hidden;rotatable=0;points=[[0,0.5],[1,0.5]];portConstraint=eastwest;whiteSpace=wrap;html=1;" parent="70" vertex="1">
          <mxGeometry y="86" width="220" height="26" as="geometry" />
        </mxCell>
-         <mxCell id="75" value="+ listSocios(): void" style="text;strokeColor=none;fillColor=none;align=left;verticalAlign=top;spacingLeft=4;spacingRight=4;overflow=hidden;rotatable=0;points=[[0,0.5],[1,0.5]];portConstraint=eastwest;whiteSpace=wrap;html=1;" vertex="1" parent="70">
+         <mxCell id="75" value="+ listSocios(): void" style="text;strokeColor=none;fillColor=none;align=left;verticalAlign=top;spacingLeft=4;spacingRight=4;overflow=hidden;rotatable=0;points=[[0,0.5],[1,0.5]];portConstraint=eastwest;whiteSpace=wrap;html=1;" parent="70" vertex="1">
          <mxGeometry y="112" width="220" height="26" as="geometry" />
        </mxCell>
-         <mxCell id="76" value="EXTENDS" style="endArrow=block;endSize=16;endFill=0;html=1;rounded=0;exitX=0.5;exitY=0;exitDx=0;exitDy=0;entryX=0.5;entryY=1;entryDx=0;entryDy=0;" edge="1" parent="1" source="34" target="24">
-           <mxGeometry width="160" relative="1" as="geometry" />
-         </mxCell>
-         <mxCell id="77" value="EXTENDS" style="endArrow=block;endSize=16;endFill=0;html=1;rounded=0;exitX=0.5;exitY=0;exitDx=0;exitDy=0;entryX=0.25;entryY=1;entryDx=0;entryDy=0;" edge="1" parent="1" source="62" target="39">
-           <mxGeometry width="160" relative="1" as="geometry" />
-         </mxCell>
-         <mxCell id="78" value="EXTENDS" style="endArrow=block;endSize=16;endFill=0;html=1;rounded=0;exitX=0.5;exitY=0;exitDx=0;exitDy=0;entryX=0.75;entryY=1;entryDx=0;entryDy=0;" edge="1" parent="1" source="50" target="39">
-           <mxGeometry width="160" relative="1" as="geometry" />
-         </mxCell>
-         <mxCell id="79" value="" style="endArrow=none;html=1;rounded=0;exitX=1;exitY=0.5;exitDx=0;exitDy=0;entryX=0;entryY=0.5;entryDx=0;entryDy=0;" edge="1" parent="1" source="24" target="39">
-           <mxGeometry width="160" relative="1" as="geometry" />
-         </mxCell>
-         <mxCell id="80" value="*" style="edgeLabel;html=1;align=center;verticalAlign=middle;resizable=0;points=[];" connectable="0" vertex="1" parent="79">
+         <mxCell id="76" value="EXTENDS" style="endArrow=block;endSize=16;endFill=0;html=1;rounded=0;exitX=0.5;exitY=0;exitDx=0;exitDy=0;entryX=0.5;entryY=1;entryDx=0;entryDy=0;" parent="1" source="34" target="24" edge="1">
+           <mxGeometry width="160" relative="1" as="geometry" />
+         </mxCell>
+         <mxCell id="77" value="EXTENDS" style="endArrow=block;endSize=16;endFill=0;html=1;rounded=0;exitX=0.5;exitY=0;exitDx=0;exitDy=0;entryX=0.25;entryY=1;entryDx=0;entryDy=0;" parent="1" source="62" target="39" edge="1">
+           <mxGeometry width="160" relative="1" as="geometry" />
+         </mxCell>
+         <mxCell id="78" value="EXTENDS" style="endArrow=block;endSize=16;endFill=0;html=1;rounded=0;exitX=0.5;exitY=0;exitDx=0;exitDy=0;entryX=0.75;entryY=1;entryDx=0;entryDy=0;" parent="1" source="50" target="39" edge="1">
+           <mxGeometry width="160" relative="1" as="geometry" />
+         </mxCell>
+         <mxCell id="79" value="" style="endArrow=none;html=1;rounded=0;exitX=1;exitY=0.5;exitDx=0;exitDy=0;entryX=0;entryY=0.5;entryDx=0;entryDy=0;" parent="1" source="24" target="39" edge="1">
+           <mxGeometry width="160" relative="1" as="geometry" />
+         </mxCell>
+         <mxCell id="80" value="*" style="edgeLabel;html=1;align=center;verticalAlign=middle;resizable=0;points=[];" parent="79" connectable="0" vertex="1">
          <mxGeometry x="0.8" relative="1" as="geometry">
            <mxPoint x="-10" y="-10" as="offset" />
          </mxGeometry>
        </mxCell>
-         <mxCell id="81" value="1" style="edgeLabel;html=1;align=center;verticalAlign=middle;resizable=0;points=[];" connectable="0" vertex="1" parent="79">
+         <mxCell id="81" value="1" style="edgeLabel;html=1;align=center;verticalAlign=middle;resizable=0;points=[];" parent="79" connectable="0" vertex="1">
          <mxGeometry x="-0.8" relative="1" as="geometry">
            <mxPoint x="10" y="-10" as="offset" />
          </mxGeometry>
        </mxCell>
-         <mxCell id="82" value="" style="endArrow=open;html=1;rounded=0;endSize=12;startArrow=diamondThin;startSize=14;startFill=0;exitX=0.5;exitY=0;exitDx=0;exitDy=0;entryX=0.5;entryY=1;entryDx=0;entryDy=0;" edge="1" parent="1" source="24" target="20">
-           <mxGeometry width="160" relative="1" as="geometry" />
-         </mxCell>
-         <mxCell id="83" value="0..1" style="edgeLabel;html=1;align=center;verticalAlign=middle;resizable=0;points=[];" connectable="0" vertex="1" parent="82">
+         <mxCell id="82" value="" style="endArrow=open;html=1;rounded=0;endSize=12;startArrow=diamondThin;startSize=14;startFill=0;exitX=0.5;exitY=0;exitDx=0;exitDy=0;entryX=0.5;entryY=1;entryDx=0;entryDy=0;" parent="1" source="24" target="20" edge="1">
+           <mxGeometry width="160" relative="1" as="geometry" />
+         </mxCell>
+         <mxCell id="83" value="0..1" style="edgeLabel;html=1;align=center;verticalAlign=middle;resizable=0;points=[];" parent="82" connectable="0" vertex="1">
          <mxGeometry x="0.7" relative="1" as="geometry">
            <mxPoint x="15" y="10" as="offset" />
          </mxGeometry>
        </mxCell>
-         <mxCell id="84" value="" style="endArrow=open;html=1;rounded=0;endSize=12;startArrow=diamondThin;startSize=14;startFill=0;exitX=0;exitY=0.5;exitDx=0;exitDy=0;entryX=1;entryY=0.5;entryDx=0;entryDy=0;" edge="1" parent="1" source="70" target="39">
-           <mxGeometry width="160" relative="1" as="geometry" />
-         </mxCell>
-         <mxCell id="85" value="0..*" style="edgeLabel;html=1;align=center;verticalAlign=middle;resizable=0;points=[];" connectable="0" vertex="1" parent="84">
+         <mxCell id="84" value="" style="endArrow=open;html=1;rounded=0;endSize=12;startArrow=diamondThin;startSize=14;startFill=0;exitX=0;exitY=0.5;exitDx=0;exitDy=0;entryX=1;entryY=0.5;entryDx=0;entryDy=0;" parent="1" source="70" target="39" edge="1">
+           <mxGeometry width="160" relative="1" as="geometry" />
+         </mxCell>
+         <mxCell id="85" value="0..*" style="edgeLabel;html=1;align=center;verticalAlign=middle;resizable=0;points=[];" parent="84" connectable="0" vertex="1">
          <mxGeometry x="0.8" relative="1" as="geometry">
            <mxPoint x="15" y="-10" as="offset" />
          </mxGeometry>
        </mxCell>
-         <mxCell id="86" value="0..*" style="edgeLabel;html=1;align=center;verticalAlign=middle;resizable=0;points=[];" connectable="0" vertex="1" parent="84">
+         <mxCell id="86" value="0..*" style="edgeLabel;html=1;align=center;verticalAlign=middle;resizable=0;points=[];" parent="84" connectable="0" vertex="1">
          <mxGeometry x="-0.8" relative="1" as="geometry">
            <mxPoint x="-15" y="-10" as="offset" />
          </mxGeometry>
        </mxCell>
-         <mxCell id="87" value="RENATA SARAIVA CLAUDINO" style="rounded=0;whiteSpace=wrap;html=1;" vertex="1" parent="1">
-           <mxGeometry y="10" width="400" height="40" as="geometry" />
+         <mxCell id="87" value="RENATA SARAIVA CLAUDINO" style="rounded=0;whiteSpace=wrap;html=1;" parent="1" vertex="1">
+           <mxGeometry x="230" y="10" width="400" height="40" as="geometry" />
        </mxCell>
      </root>
    </mxGraphModel>
  </diagram>
</mxfile>
